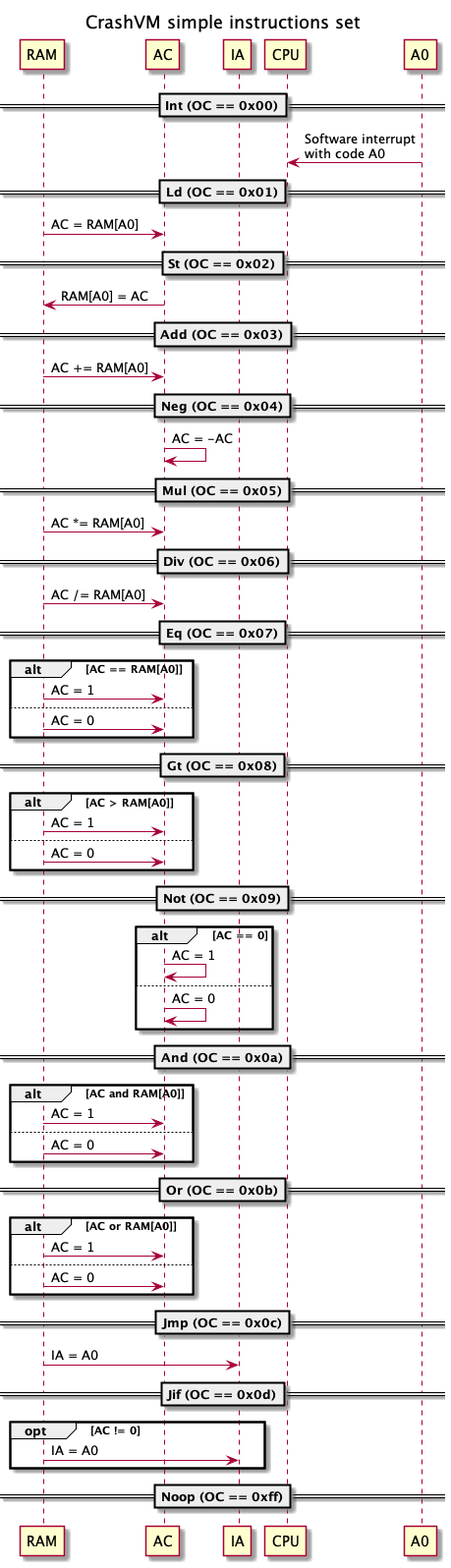
Before: doc/simple_instructions.png, a diagram exported from PlantUML (hypafrag/crash-vm). Source of this version:
```plantuml
@startuml simple_instructions
title CrashVM simple instructions set

participant RAM
participant AC
participant IA
participant CPU

==Int (OC == 0x00)==
A0 -> CPU: Software interrupt\nwith code A0

==Ld (OC == 0x01)==
RAM -> AC: AC = RAM[A0]
==St (OC == 0x02)==
RAM <- AC: RAM[A0] = AC

==Add (OC == 0x03)==
RAM -> AC: AC += RAM[A0]
==Neg (OC == 0x04)==
AC -> AC: AC = -AC

==Mul (OC == 0x05)==
RAM -> AC: AC *= RAM[A0]
==Div (OC == 0x06)==
RAM -> AC: AC /= RAM[A0]

==Eq (OC == 0x07)==
alt AC == RAM[A0]
    RAM -> AC: AC = 1
else
    RAM -> AC: AC = 0
end
==Gt (OC == 0x08)==
alt AC > RAM[A0]
    RAM -> AC: AC = 1
else
    RAM -> AC: AC = 0
end

==Not (OC == 0x09)==
alt AC == 0
    AC -> AC: AC = 1
else
    AC -> AC: AC = 0
end
==And (OC == 0x0a)==
alt AC and RAM[A0]
    RAM -> AC: AC = 1
else
    RAM -> AC: AC = 0
end
==Or (OC == 0x0b)==
alt AC or RAM[A0]
    RAM -> AC: AC = 1
else
    RAM -> AC: AC = 0
end

==Jmp (OC == 0x0c)==
RAM -> IA: IA = A0
==Jif (OC == 0x0d)==
opt AC != 0
    RAM -> IA: IA = A0
end

==Noop (OC == 0xff)==

@enduml
```
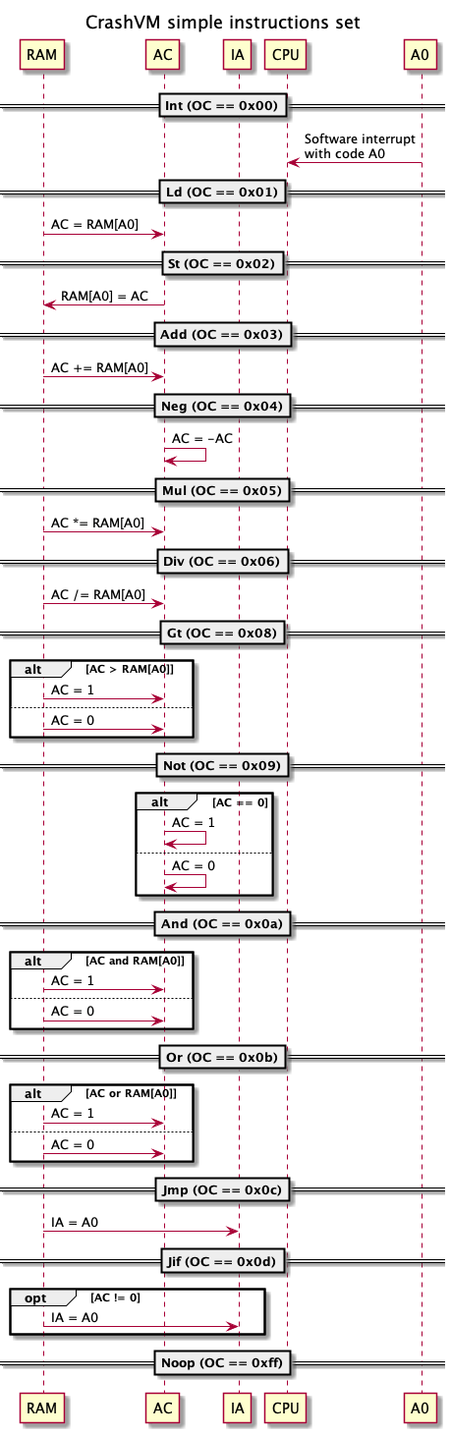
The same diagram one commit later.

The edit, as a diff of the source:
```diff
@@ -24,12 +24,6 @@
 ==Div (OC == 0x06)==
 RAM -> AC: AC /= RAM[A0]
 
-==Eq (OC == 0x07)==
-alt AC == RAM[A0]
-    RAM -> AC: AC = 1
-else
-    RAM -> AC: AC = 0
-end
 ==Gt (OC == 0x08)==
 alt AC > RAM[A0]
     RAM -> AC: AC = 1
```
